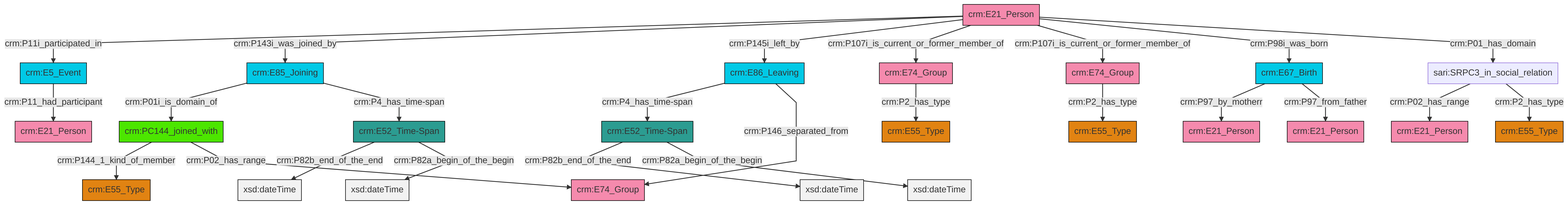
Before: et/personCSV/ttl/mmd/png/Person_Actor_Relations.png, a diagram exported from Mermaid (swiss-art-research-net/reference-data-models). Its source is kept beside it as et/personCSV/ttl/mmd/Person_Actor_Relations.ttl.mmd.
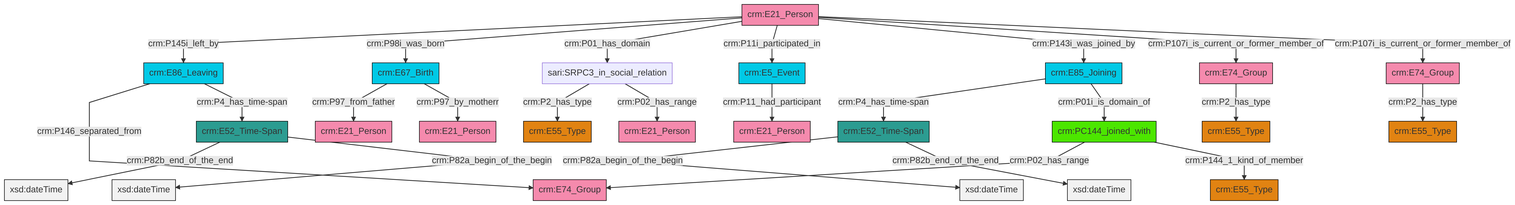
After the commit.

The edit, as a diff of the source:
```diff
@@ -13,27 +13,27 @@
 classDef PC_Classes fill:#4ce600, stroke:#000000;
 classDef Multi fill:#cccccc,stroke:#000000;
 
-0["crm:E21_Person"]:::Actor -->|crm:P11i_participated_in| 1["crm:E5_Event"]:::Temporal_Entity
-2["crm:PC144_joined_with"]:::PC_Classes -->|crm:P144_1_kind_of_member| 3["crm:E55_Type"]:::Type
-7["crm:E52_Time-Span"]:::Time-Span -->|crm:P82b_end_of_the_end| 8[xsd:dateTime]:::Literal
-0["crm:E21_Person"]:::Actor -->|crm:P143i_was_joined_by| 11["crm:E85_Joining"]:::Temporal_Entity
-13["crm:E67_Birth"]:::Temporal_Entity -->|crm:P97_by_motherr| 14["crm:E21_Person"]:::Actor
-7["crm:E52_Time-Span"]:::Time-Span -->|crm:P82a_begin_of_the_begin| 17[xsd:dateTime]:::Literal
-22["sari:SRPC3_in_social_relation"]:::Default -->|crm:P02_has_range| 23["crm:E21_Person"]:::Actor
-22["sari:SRPC3_in_social_relation"]:::Default -->|crm:P2_has_type| 9["crm:E55_Type"]:::Type
-11["crm:E85_Joining"]:::Temporal_Entity -->|crm:P01i_is_domain_of| 2["crm:PC144_joined_with"]:::PC_Classes
-0["crm:E21_Person"]:::Actor -->|crm:P145i_left_by| 25["crm:E86_Leaving"]:::Temporal_Entity
-25["crm:E86_Leaving"]:::Temporal_Entity -->|crm:P4_has_time-span| 7["crm:E52_Time-Span"]:::Time-Span
-0["crm:E21_Person"]:::Actor -->|crm:P107i_is_current_or_former_member_of| 32["crm:E74_Group"]:::Actor
-13["crm:E67_Birth"]:::Temporal_Entity -->|crm:P97_from_father| 18["crm:E21_Person"]:::Actor
-32["crm:E74_Group"]:::Actor -->|crm:P2_has_type| 30["crm:E55_Type"]:::Type
-34["crm:E74_Group"]:::Actor -->|crm:P2_has_type| 35["crm:E55_Type"]:::Type
-0["crm:E21_Person"]:::Actor -->|crm:P107i_is_current_or_former_member_of| 34["crm:E74_Group"]:::Actor
-0["crm:E21_Person"]:::Actor -->|crm:P98i_was_born| 13["crm:E67_Birth"]:::Temporal_Entity
-27["crm:E52_Time-Span"]:::Time-Span -->|crm:P82b_end_of_the_end| 39[xsd:dateTime]:::Literal
-11["crm:E85_Joining"]:::Temporal_Entity -->|crm:P4_has_time-span| 27["crm:E52_Time-Span"]:::Time-Span
-27["crm:E52_Time-Span"]:::Time-Span -->|crm:P82a_begin_of_the_begin| 42[xsd:dateTime]:::Literal
-1["crm:E5_Event"]:::Temporal_Entity -->|crm:P11_had_participant| 5["crm:E21_Person"]:::Actor
-0["crm:E21_Person"]:::Actor -->|crm:P01_has_domain| 22["sari:SRPC3_in_social_relation"]:::Default
-2["crm:PC144_joined_with"]:::PC_Classes -->|crm:P02_has_range| 15["crm:E74_Group"]:::Actor
-25["crm:E86_Leaving"]:::Temporal_Entity -->|crm:P146_separated_from| 15["crm:E74_Group"]:::Actor
+0["crm:E5_Event"]:::Temporal_Entity -->|crm:P11_had_participant| 1["crm:E21_Person"]:::Actor
+4["crm:E52_Time-Span"]:::Time-Span -->|crm:P82b_end_of_the_end| 5[xsd:dateTime]:::Literal
+6["crm:E21_Person"]:::Actor -->|crm:P145i_left_by| 7["crm:E86_Leaving"]:::Temporal_Entity
+11["crm:E52_Time-Span"]:::Time-Span -->|crm:P82a_begin_of_the_begin| 12[xsd:dateTime]:::Literal
+6["crm:E21_Person"]:::Actor -->|crm:P98i_was_born| 2["crm:E67_Birth"]:::Temporal_Entity
+6["crm:E21_Person"]:::Actor -->|crm:P01_has_domain| 13["sari:SRPC3_in_social_relation"]:::Default
+7["crm:E86_Leaving"]:::Temporal_Entity -->|crm:P146_separated_from| 17["crm:E74_Group"]:::Actor
+6["crm:E21_Person"]:::Actor -->|crm:P11i_participated_in| 0["crm:E5_Event"]:::Temporal_Entity
+20["crm:E85_Joining"]:::Temporal_Entity -->|crm:P4_has_time-span| 11["crm:E52_Time-Span"]:::Time-Span
+21["crm:E74_Group"]:::Actor -->|crm:P2_has_type| 22["crm:E55_Type"]:::Type
+4["crm:E52_Time-Span"]:::Time-Span -->|crm:P82a_begin_of_the_begin| 28[xsd:dateTime]:::Literal
+2["crm:E67_Birth"]:::Temporal_Entity -->|crm:P97_from_father| 29["crm:E21_Person"]:::Actor
+6["crm:E21_Person"]:::Actor -->|crm:P143i_was_joined_by| 20["crm:E85_Joining"]:::Temporal_Entity
+26["crm:E74_Group"]:::Actor -->|crm:P2_has_type| 24["crm:E55_Type"]:::Type
+6["crm:E21_Person"]:::Actor -->|crm:P107i_is_current_or_former_member_of| 21["crm:E74_Group"]:::Actor
+7["crm:E86_Leaving"]:::Temporal_Entity -->|crm:P4_has_time-span| 4["crm:E52_Time-Span"]:::Time-Span
+13["sari:SRPC3_in_social_relation"]:::Default -->|crm:P2_has_type| 8["crm:E55_Type"]:::Type
+11["crm:E52_Time-Span"]:::Time-Span -->|crm:P82b_end_of_the_end| 34[xsd:dateTime]:::Literal
+6["crm:E21_Person"]:::Actor -->|crm:P107i_is_current_or_former_member_of| 26["crm:E74_Group"]:::Actor
+2["crm:E67_Birth"]:::Temporal_Entity -->|crm:P97_by_motherr| 37["crm:E21_Person"]:::Actor
+18["crm:PC144_joined_with"]:::PC_Classes -->|crm:P02_has_range| 17["crm:E74_Group"]:::Actor
+20["crm:E85_Joining"]:::Temporal_Entity -->|crm:P01i_is_domain_of| 18["crm:PC144_joined_with"]:::PC_Classes
+13["sari:SRPC3_in_social_relation"]:::Default -->|crm:P02_has_range| 43["crm:E21_Person"]:::Actor
+18["crm:PC144_joined_with"]:::PC_Classes -->|crm:P144_1_kind_of_member| 15["crm:E55_Type"]:::Type
```
